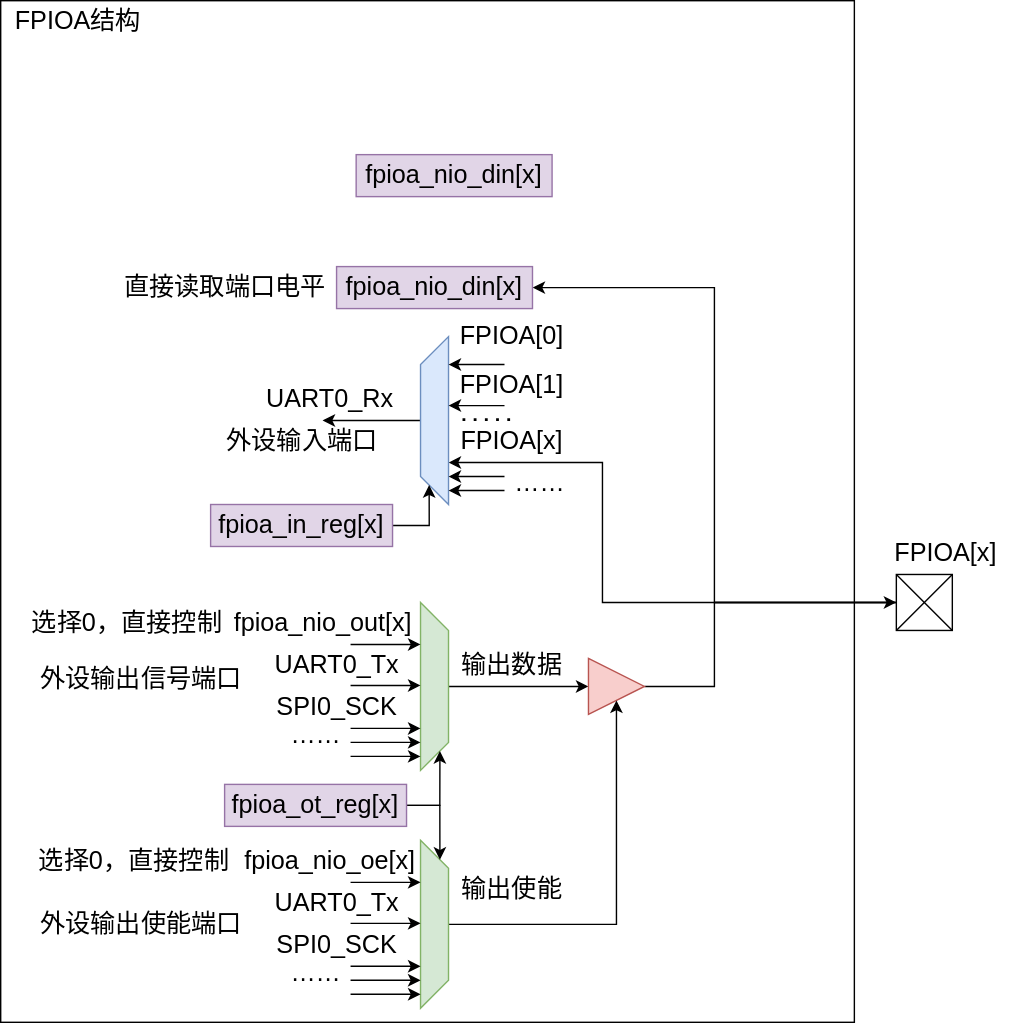
The draw.io diagram doc/图库/数据手册/FPIOA结构.svg in ZPNMiaoHeng/SparrowRV, before a commit. Source tidied: cells renumbered, new cells last; positions are measured from the earlier drawing's top-left corner, leaving out a move shared by most shapes.
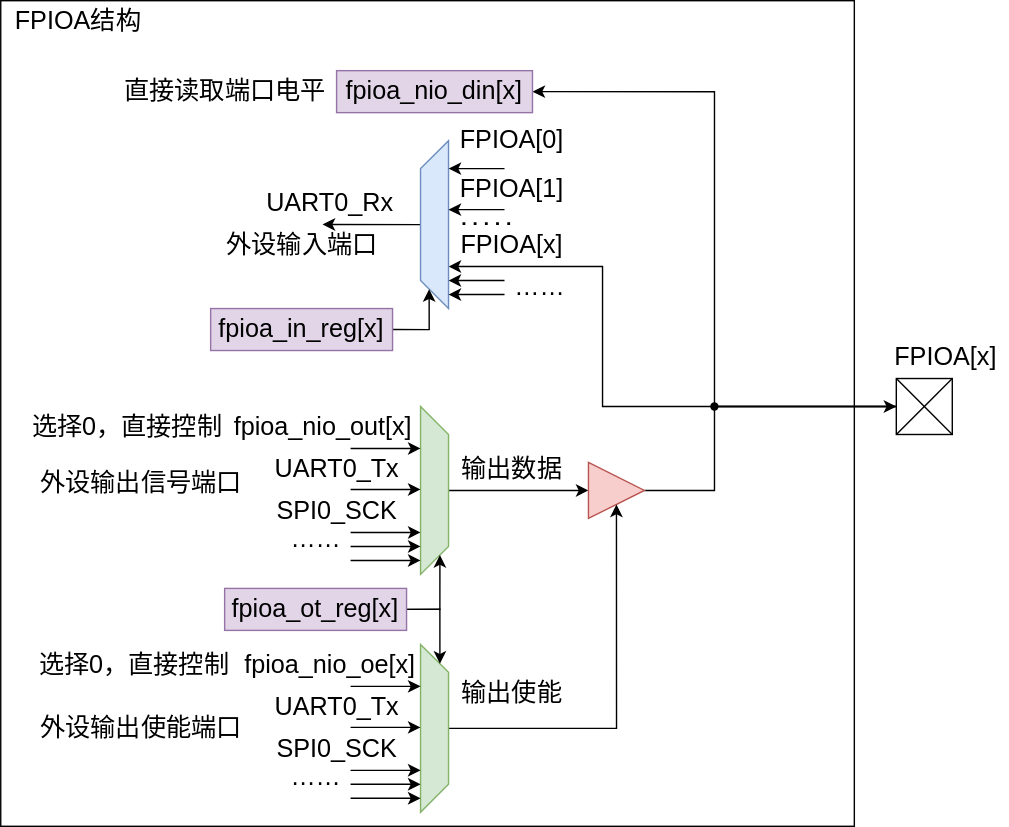
After the change.

The edit, as a diff of the source:
```diff
@@ -3,10 +3,10 @@
     <mxCell id="0" />
     <mxCell id="1" parent="0" />
     <mxCell id="2" style="rounded=0;whiteSpace=wrap;html=1;fontSize=18;fillColor=default;" parent="1" vertex="1">
-      <mxGeometry width="610" height="730" as="geometry" />
+      <mxGeometry y="140" width="610" height="590" as="geometry" />
     </mxCell>
     <mxCell id="3" value="FPIOA结构" style="text;html=1;align=center;verticalAlign=middle;strokeColor=none;fillColor=none;fontSize=18;" parent="1" vertex="1">
-      <mxGeometry width="110" height="30" as="geometry" />
+      <mxGeometry y="140" width="110" height="30" as="geometry" />
     </mxCell>
     <mxCell id="4" style="edgeStyle=orthogonalEdgeStyle;rounded=0;jettySize=auto;html=1;exitX=0;exitY=0.5;exitDx=0;exitDy=0;entryX=0.25;entryY=1;entryDx=0;entryDy=0;fontSize=18;" parent="1" edge="1" source="58" target="28">
       <mxGeometry relative="1" as="geometry">
@@ -242,8 +242,8 @@
         <mxPoint as="targetPoint" />
       </mxGeometry>
     </mxCell>
-    <mxCell id="61" value="fpioa_nio_din[x]" style="whiteSpace=wrap;html=1;fontSize=18;fillColor=#e1d5e7;strokeColor=#9673a6;" parent="1" vertex="1">
-      <mxGeometry x="254" y="110" width="140" height="30" as="geometry" />
-    </mxCell>
+    <mxCell id="62" style="shape=waypoint;sketch=0;fillStyle=solid;size=6;fillColor=none;perimeter=centerPerimeter;" parent="1" vertex="1">
+      <mxGeometry x="490" y="410" width="40" height="40" as="geometry" />
+    </mxCell>
   </root>
 </mxGraphModel>
```
